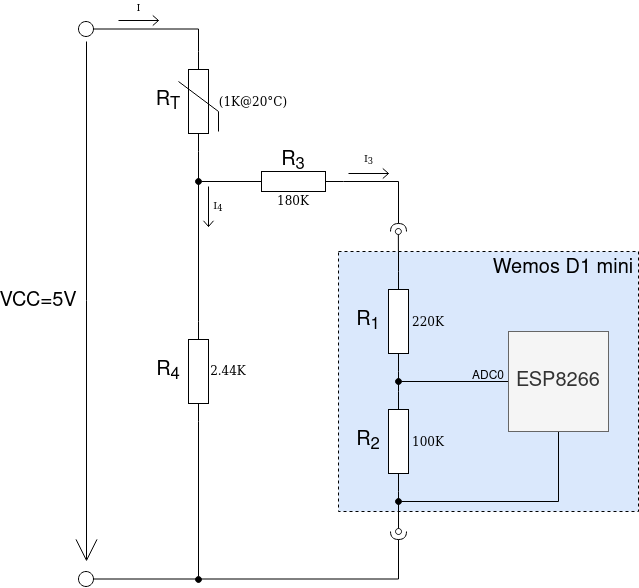
henrythasler/sensor-gateway keeps this draw.io diagram as docs/schematic-sensor.png. Above is the earlier version. Source tidied: cells renumbered, new cells last; positions are measured from the earlier drawing's top-left corner, leaving out a move shared by most shapes.
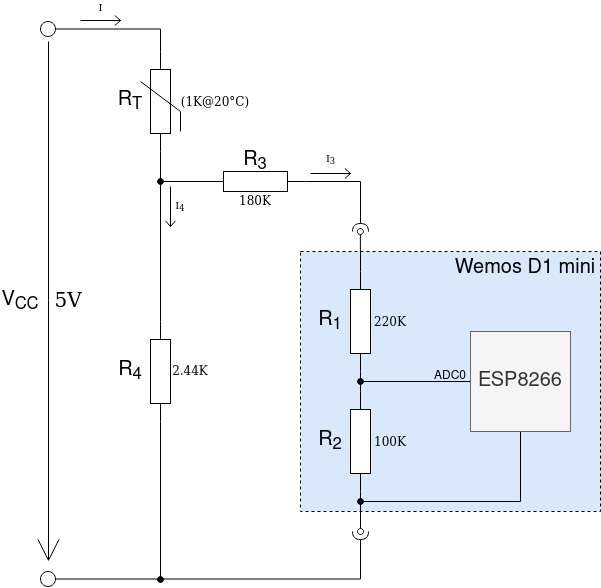
Later version of the same file.

Diff of the diagram source:
```diff
@@ -66,8 +66,8 @@
         <mxPoint x="68" y="546" as="targetPoint" />
       </mxGeometry>
     </mxCell>
-    <mxCell id="19" value="&lt;div&gt;VCC=5V&lt;/div&gt;" style="text;html=1;strokeColor=none;fillColor=none;align=center;verticalAlign=middle;whiteSpace=wrap;rounded=0;fontSize=20;" parent="1" vertex="1">
-      <mxGeometry y="276" width="40" height="20" as="geometry" />
+    <mxCell id="19" value="&lt;div&gt;V&lt;sub&gt;CC&lt;/sub&gt;&lt;/div&gt;" style="text;html=1;strokeColor=none;fillColor=none;align=center;verticalAlign=middle;whiteSpace=wrap;rounded=0;fontSize=20;" parent="1" vertex="1">
+      <mxGeometry x="20" y="276" width="40" height="20" as="geometry" />
     </mxCell>
     <mxCell id="20" style="edgeStyle=orthogonalEdgeStyle;rounded=0;jettySize=auto;html=1;exitX=0;exitY=0.5;exitDx=0;exitDy=0;exitPerimeter=0;startArrow=none;startFill=0;endArrow=oval;endFill=1;fontSize=20;" parent="1" edge="1" source="22">
       <mxGeometry relative="1" as="geometry">
@@ -158,5 +158,8 @@
     <mxCell id="41" value="I&lt;sub&gt;4&lt;/sub&gt;" style="text;html=1;strokeColor=none;fillColor=none;align=center;verticalAlign=middle;whiteSpace=wrap;rounded=0;fontFamily=Verdana;fontSize=10;" parent="1" vertex="1">
       <mxGeometry x="190" y="181" width="20" height="20" as="geometry" />
     </mxCell>
+    <mxCell id="42" value="&lt;div&gt;5V&lt;/div&gt;" style="text;html=1;strokeColor=none;fillColor=none;align=center;verticalAlign=middle;whiteSpace=wrap;rounded=0;fontSize=20;fontFamily=Verdana;" parent="1" vertex="1">
+      <mxGeometry x="68" y="274" width="40" height="20" as="geometry" />
+    </mxCell>
   </root>
 </mxGraphModel>
```
